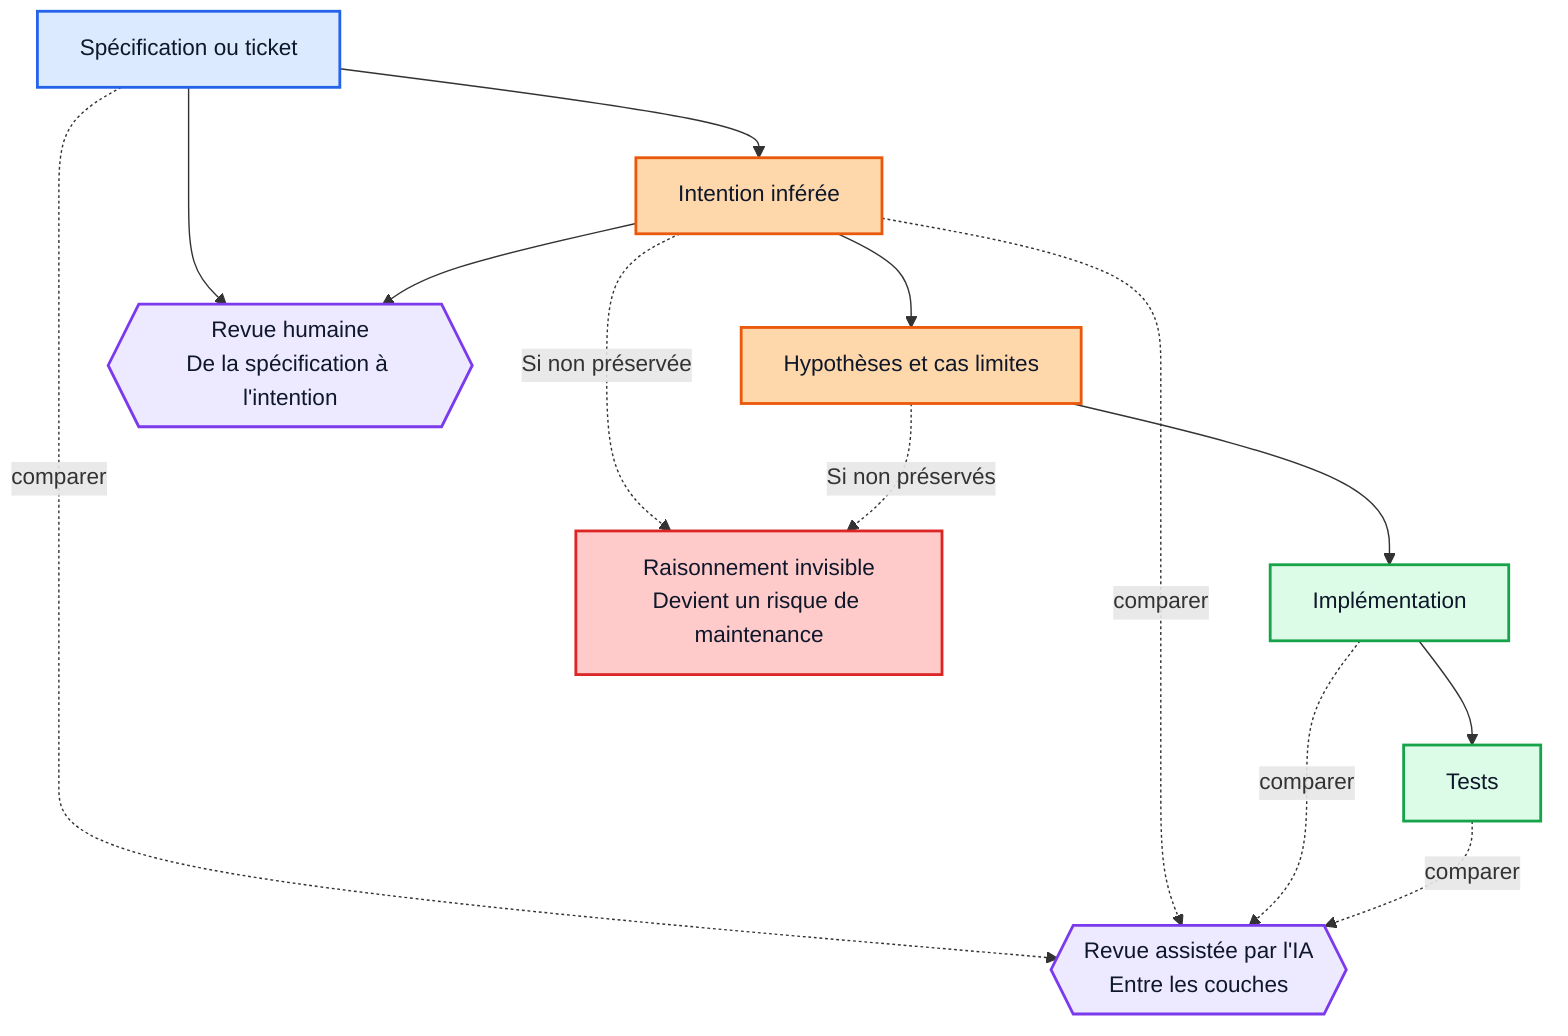
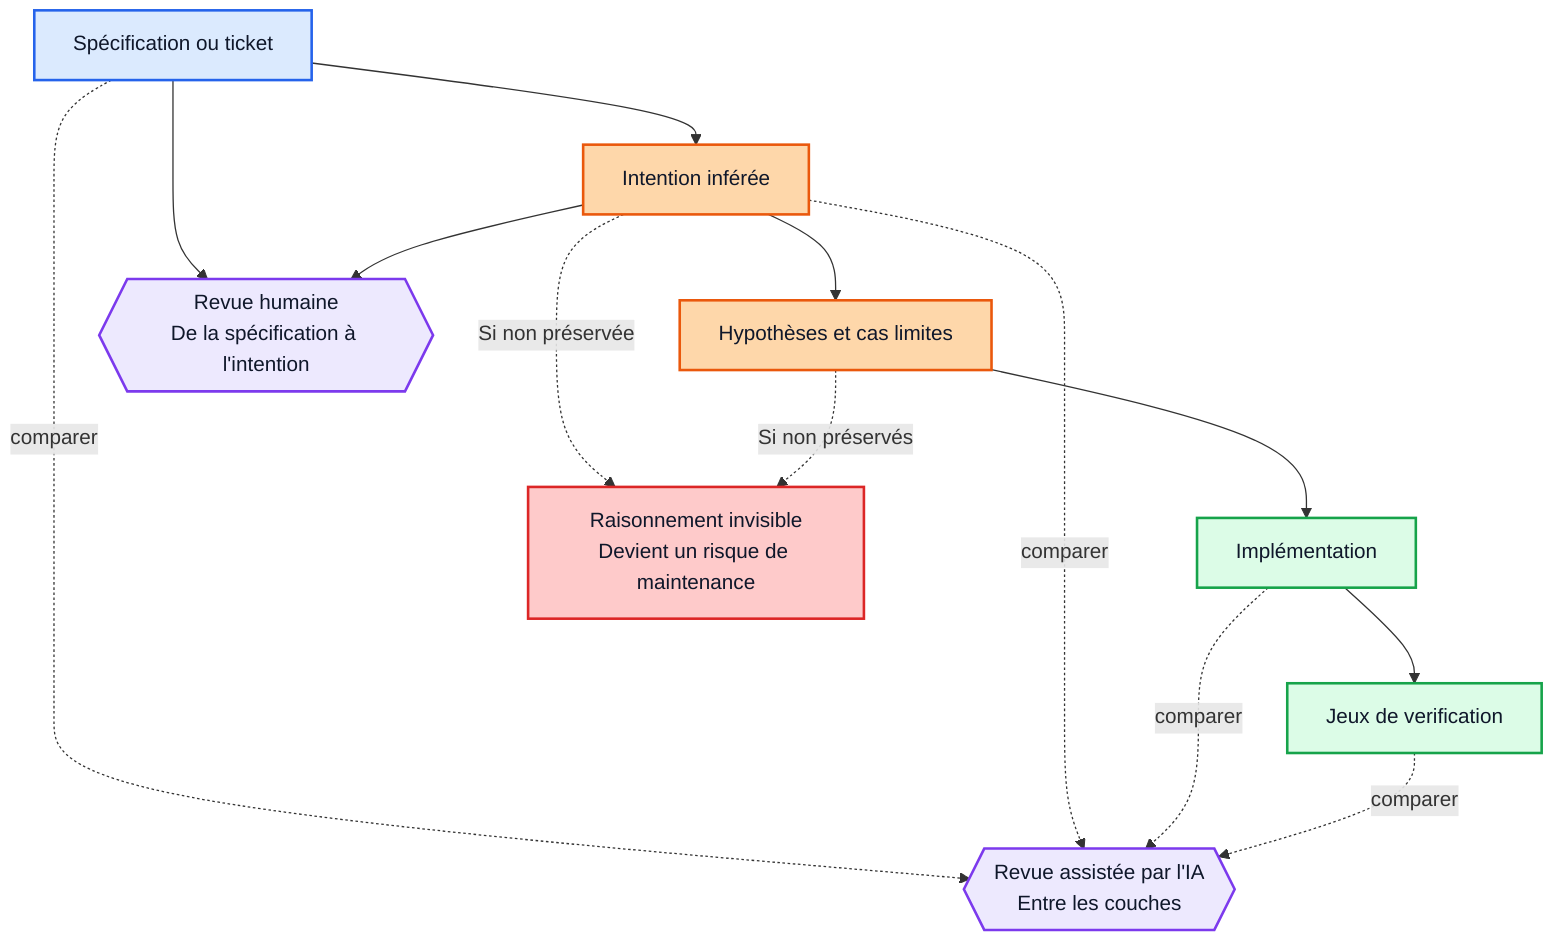
%% Blue = specification or source of truth.
%% Orange = inferred intent and preserved understanding.
%% Green = implementation artifacts.
%% Purple = review and validation loops.
%% Red = maintainability risk.
%% Mermaid source is authoritative. Render with htmlLabels: false via tools/mermaid-render-config.json.
flowchart TD
    SPEC[Spécification ou ticket]
    INTENT[Intention inférée]
    ASSUME[Hypothèses et cas limites]
    IMPL[Implémentation]
-     TESTS[Tests]
+     TESTS[Jeux de verification]

    HREVIEW{{Revue humaine\nDe la spécification à l'intention}}
    AIREVIEW{{Revue assistée par l'IA\nEntre les couches}}
    RISK[Raisonnement invisible\nDevient un risque de maintenance]

    SPEC --> INTENT --> ASSUME --> IMPL --> TESTS
    INTENT -. Si non préservée .-> RISK
    ASSUME -. Si non préservés .-> RISK

    SPEC --> HREVIEW
    INTENT --> HREVIEW

    SPEC -. comparer .-> AIREVIEW
    INTENT -. comparer .-> AIREVIEW
    IMPL -. comparer .-> AIREVIEW
    TESTS -. comparer .-> AIREVIEW

    classDef source fill:#dbeafe,stroke:#2563eb,stroke-width:2px,color:#0f172a;
    classDef understanding fill:#fed7aa,stroke:#ea580c,stroke-width:2px,color:#0f172a;
    classDef implementation fill:#dcfce7,stroke:#16a34a,stroke-width:2px,color:#0f172a;
    classDef review fill:#ede9fe,stroke:#7c3aed,stroke-width:2px,color:#0f172a;
    classDef risk fill:#fecaca,stroke:#dc2626,stroke-width:2px,color:#0f172a;

    class SPEC source;
    class INTENT,ASSUME understanding;
    class IMPL,TESTS implementation;
    class HREVIEW,AIREVIEW review;
    class RISK risk;
